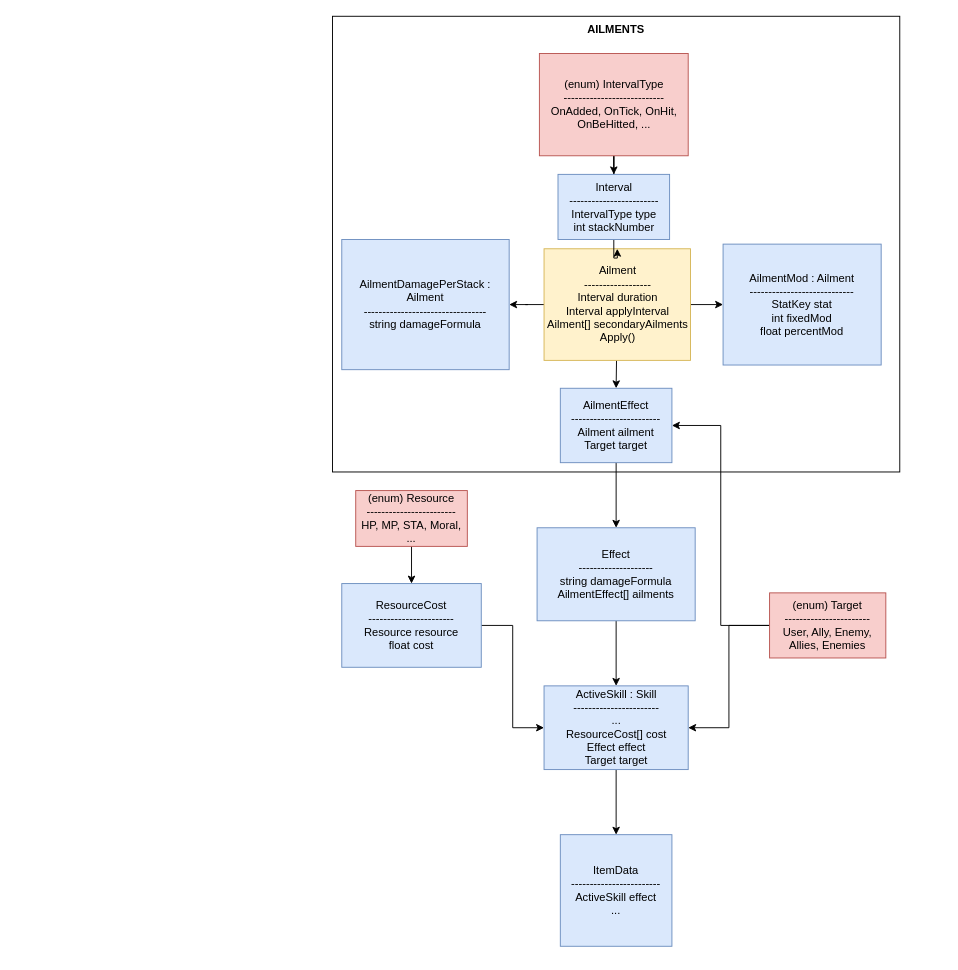
Earlier version of the draw.io diagram workflows/Inventory,Skills & Effects.drawio (moretech1402/Unity-Scripts). Source tidied: cells renumbered, new cells numbered last; positions are measured from the earlier drawing's top-left corner, leaving out a move shared by most shapes. Both pictures are drawn from the tidied source at 93%, with x=0, y=0 at pixel (332, 16).
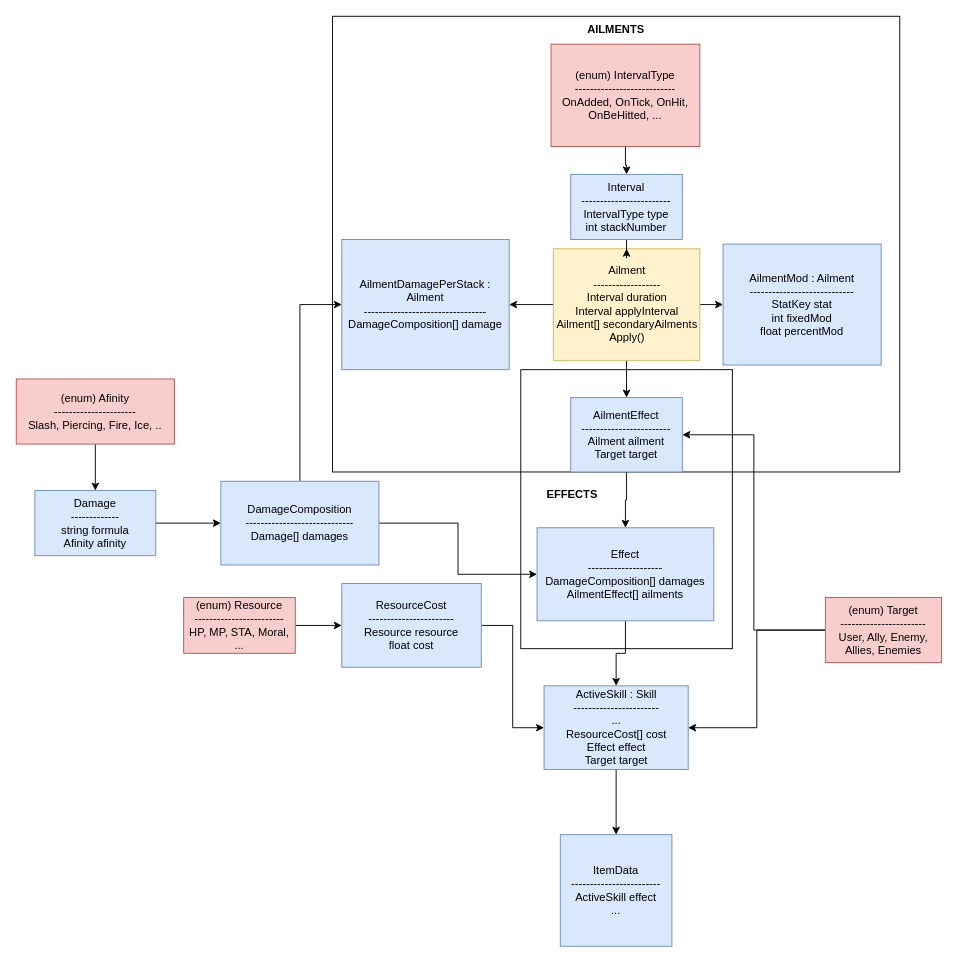
The same page after the edit.

Commit message:
ADD : Afinities to damage concept

The change refers to these unchanged cells:
```xml
<mxCell id="11" value="ResourceCost&lt;div&gt;-----------------------&lt;/div&gt;&lt;div&gt;Resource resource&lt;/div&gt;&lt;div&gt;float cost&lt;/div&gt;" style="rounded=0;whiteSpace=wrap;html=1;fillColor=#dae8fc;strokeColor=#6c8ebf;" parent="1" vertex="1">
  <mxGeometry x="10" y="610" width="150" height="90" as="geometry" />
</mxCell>
```

What changed in the source:
```diff
@@
+    <mxCell id="28" style="whiteSpace=wrap;html=1;fillColor=none;horizontal=1;verticalAlign=middle;" parent="1" vertex="1">
+      <mxGeometry x="202.5" y="380" width="227.5" height="300" as="geometry" />
+    </mxCell>
@@
-    <mxCell id="5" value="Effect&lt;div&gt;--------------------&lt;/div&gt;&lt;div&gt;string damageFormula&lt;/div&gt;&lt;div&gt;AilmentEffect[] ailments&lt;/div&gt;" style="rounded=0;whiteSpace=wrap;html=1;fillColor=#dae8fc;strokeColor=#6c8ebf;" parent="1" vertex="1">
-      <mxGeometry x="220" y="550" width="170" height="100" as="geometry" />
+    <mxCell id="5" value="Effect&lt;div&gt;--------------------&lt;/div&gt;&lt;div&gt;DamageComposition[] damages&lt;/div&gt;&lt;div&gt;AilmentEffect[] ailments&lt;/div&gt;" style="rounded=0;whiteSpace=wrap;html=1;fillColor=#dae8fc;strokeColor=#6c8ebf;" parent="1" vertex="1">
+      <mxGeometry x="220" y="550" width="190" height="100" as="geometry" />
     </mxCell>
@@
     <mxCell id="7" value="AilmentEffect&lt;div&gt;------------------------&lt;/div&gt;&lt;div&gt;Ailment ailment&lt;/div&gt;&lt;div&gt;Target target&lt;/div&gt;" style="rounded=0;whiteSpace=wrap;html=1;fillColor=#dae8fc;strokeColor=#6c8ebf;" parent="1" vertex="1">
-      <mxGeometry x="245" y="400" width="120" height="80" as="geometry" />
+      <mxGeometry x="256.2" y="410" width="120" height="80" as="geometry" />
     </mxCell>
@@
-    <mxCell id="12" style="edgeStyle=orthogonalEdgeStyle;rounded=0;jettySize=auto;html=1;entryX=0.5;entryY=0;entryDx=0;entryDy=0;" parent="1" edge="1" source="13" target="11">
+    <mxCell id="12" style="edgeStyle=orthogonalEdgeStyle;rounded=0;jettySize=auto;html=1;entryX=0;entryY=0.5;entryDx=0;entryDy=0;" parent="1" edge="1" source="13" target="11">
       <mxGeometry relative="1" as="geometry" />
     </mxCell>
     <mxCell id="13" value="(enum) Resource&lt;div&gt;------------------------&lt;/div&gt;&lt;div&gt;HP, MP, STA, Moral, ...&lt;/div&gt;" style="rounded=0;whiteSpace=wrap;html=1;fillColor=#f8cecc;strokeColor=#b85450;" parent="1" vertex="1">
-      <mxGeometry x="25" y="510" width="120" height="60" as="geometry" />
+      <mxGeometry x="-160" y="625" width="120" height="60" as="geometry" />
     </mxCell>
@@
     <mxCell id="16" value="(enum) Target&lt;div&gt;-----------------------&lt;/div&gt;&lt;div&gt;User, Ally, Enemy, Allies, Enemies&lt;/div&gt;" style="rounded=0;whiteSpace=wrap;html=1;fillColor=#f8cecc;strokeColor=#b85450;" parent="1" vertex="1">
-      <mxGeometry x="470" y="620" width="125" height="70" as="geometry" />
+      <mxGeometry x="530" y="625" width="125" height="70" as="geometry" />
     </mxCell>
@@
     <mxCell id="20" value="Ailment&lt;div&gt;------------------&lt;/div&gt;&lt;div&gt;Interval duration&lt;/div&gt;&lt;div&gt;Interval applyInterval&lt;/div&gt;&lt;div&gt;Ailment[] secondaryAilments&lt;/div&gt;&lt;div&gt;Apply()&lt;/div&gt;" style="rounded=0;whiteSpace=wrap;html=1;fillColor=#fff2cc;strokeColor=#d6b656;" parent="1" vertex="1">
-      <mxGeometry x="227.5" y="250" width="157.5" height="120" as="geometry" />
+      <mxGeometry x="237.5" y="250" width="157.5" height="120" as="geometry" />
     </mxCell>
@@
     <mxCell id="22" value="(enum) IntervalType&lt;div&gt;---------------------------&lt;/div&gt;&lt;div&gt;OnAdded, OnTick, OnHit, OnBeHitted, ...&lt;/div&gt;" style="rounded=0;whiteSpace=wrap;html=1;fillColor=#f8cecc;strokeColor=#b85450;" parent="1" vertex="1">
-      <mxGeometry x="222.5" y="40" width="160" height="110" as="geometry" />
+      <mxGeometry x="235" y="30" width="160" height="110" as="geometry" />
     </mxCell>
@@
     <mxCell id="24" value="Interval&lt;div&gt;------------------------&lt;/div&gt;&lt;div&gt;IntervalType type&lt;/div&gt;&lt;div&gt;int stackNumber&lt;/div&gt;" style="rounded=0;whiteSpace=wrap;html=1;fillColor=#dae8fc;strokeColor=#6c8ebf;" parent="1" vertex="1">
-      <mxGeometry x="242.5" y="170" width="120" height="70" as="geometry" />
+      <mxGeometry x="256.2" y="170" width="120" height="70" as="geometry" />
     </mxCell>
-    <mxCell id="25" value="AilmentDamagePerStack : Ailment&lt;div&gt;---------------------------------&lt;/div&gt;&lt;div&gt;string damageFormula&lt;/div&gt;" style="rounded=0;whiteSpace=wrap;html=1;fillColor=#dae8fc;strokeColor=#6c8ebf;" parent="1" vertex="1">
+    <mxCell id="25" value="AilmentDamagePerStack : Ailment&lt;div&gt;---------------------------------&lt;/div&gt;&lt;div&gt;DamageComposition[] damage&lt;/div&gt;" style="rounded=0;whiteSpace=wrap;html=1;fillColor=#dae8fc;strokeColor=#6c8ebf;" parent="1" vertex="1">
       <mxGeometry x="10" y="240" width="180" height="140" as="geometry" />
     </mxCell>
@@
+    <mxCell id="29" value="&lt;b&gt;EFFECTS&lt;/b&gt;" style="text;strokeColor=none;align=center;fillColor=none;html=1;verticalAlign=middle;whiteSpace=wrap;rounded=0;rotation=0;direction=east;flipV=1;flipH=1;" parent="1" vertex="1">
+      <mxGeometry x="227.5" y="500" width="60" height="30" as="geometry" />
+    </mxCell>
+    <mxCell id="30" style="edgeStyle=orthogonalEdgeStyle;rounded=0;jettySize=auto;html=1;entryX=0.5;entryY=0;entryDx=0;entryDy=0;" parent="1" edge="1" source="31" target="33">
+      <mxGeometry relative="1" as="geometry" />
+    </mxCell>
+    <mxCell id="31" value="(enum) Afinity&lt;div&gt;----------------------&lt;/div&gt;&lt;div&gt;Slash, Piercing, Fire, Ice, ..&lt;/div&gt;" style="rounded=0;whiteSpace=wrap;html=1;fillColor=#f8cecc;strokeColor=#b85450;" parent="1" vertex="1">
+      <mxGeometry x="-340" y="390" width="170" height="70" as="geometry" />
+    </mxCell>
+    <mxCell id="32" style="edgeStyle=orthogonalEdgeStyle;rounded=0;jettySize=auto;html=1;entryX=0;entryY=0.5;entryDx=0;entryDy=0;" parent="1" edge="1" source="33" target="36">
+      <mxGeometry relative="1" as="geometry" />
+    </mxCell>
+    <mxCell id="33" value="Damage&lt;div&gt;-------------&lt;/div&gt;&lt;div&gt;string formula&lt;/div&gt;&lt;div&gt;Afinity afinity&lt;/div&gt;" style="rounded=0;whiteSpace=wrap;html=1;fillColor=#dae8fc;strokeColor=#6c8ebf;" parent="1" vertex="1">
+      <mxGeometry x="-320" y="510" width="130" height="70" as="geometry" />
+    </mxCell>
+    <mxCell id="34" style="edgeStyle=orthogonalEdgeStyle;rounded=0;jettySize=auto;html=1;entryX=0;entryY=0.5;entryDx=0;entryDy=0;" parent="1" edge="1" source="36" target="25">
+      <mxGeometry relative="1" as="geometry" />
+    </mxCell>
+    <mxCell id="35" style="edgeStyle=orthogonalEdgeStyle;rounded=0;jettySize=auto;html=1;entryX=0;entryY=0.5;entryDx=0;entryDy=0;" parent="1" edge="1" source="36" target="5">
+      <mxGeometry relative="1" as="geometry" />
+    </mxCell>
+    <mxCell id="36" value="DamageComposition&lt;div&gt;-----------------------------&lt;/div&gt;&lt;div&gt;Damage[] damages&lt;/div&gt;" style="rounded=0;whiteSpace=wrap;html=1;fillColor=#dae8fc;strokeColor=#6c8ebf;" parent="1" vertex="1">
+      <mxGeometry x="-120" y="500" width="170" height="90" as="geometry" />
+    </mxCell>
```
